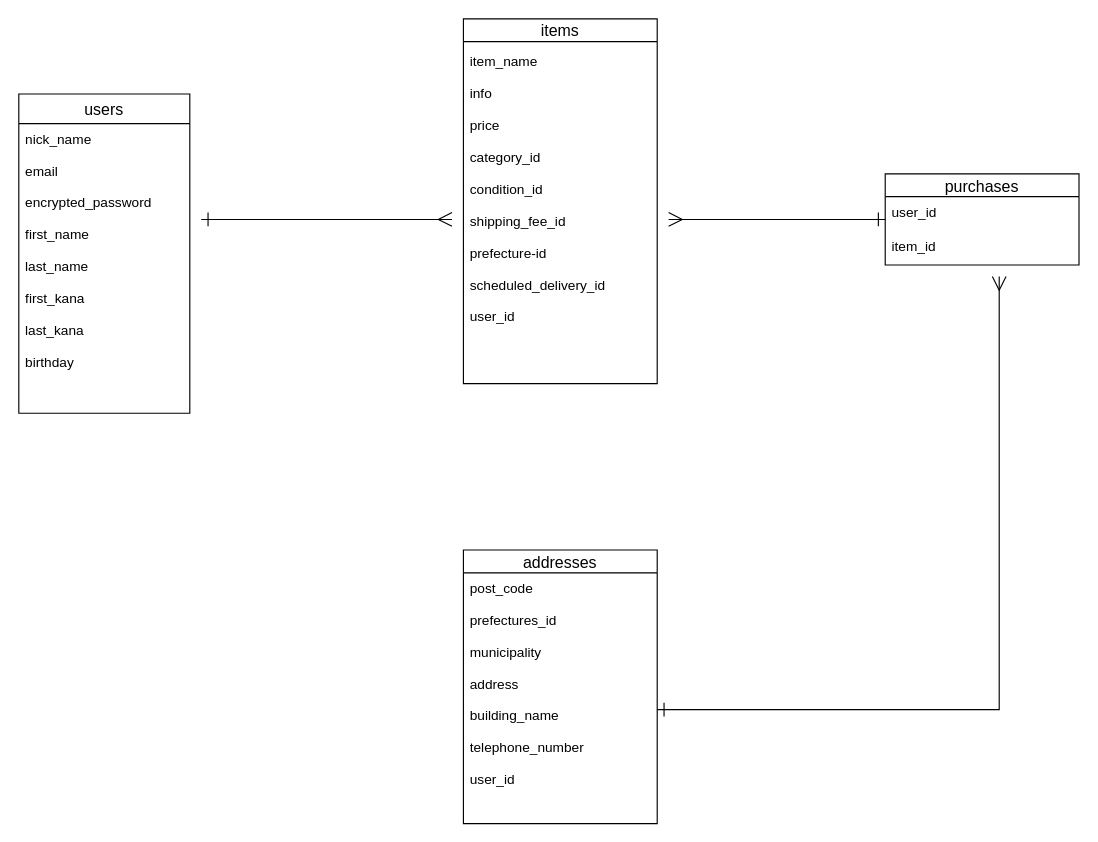
shiotanishi/furima-39526 keeps this draw.io diagram as test.dio. Above is the earlier version. Source tidied: cells renumbered, new cells numbered last; positions are measured from the earlier drawing's top-left corner, leaving out a move shared by most shapes. Both pictures are drawn from the tidied source at 114%, with x=0, y=0 at pixel (18, 18).
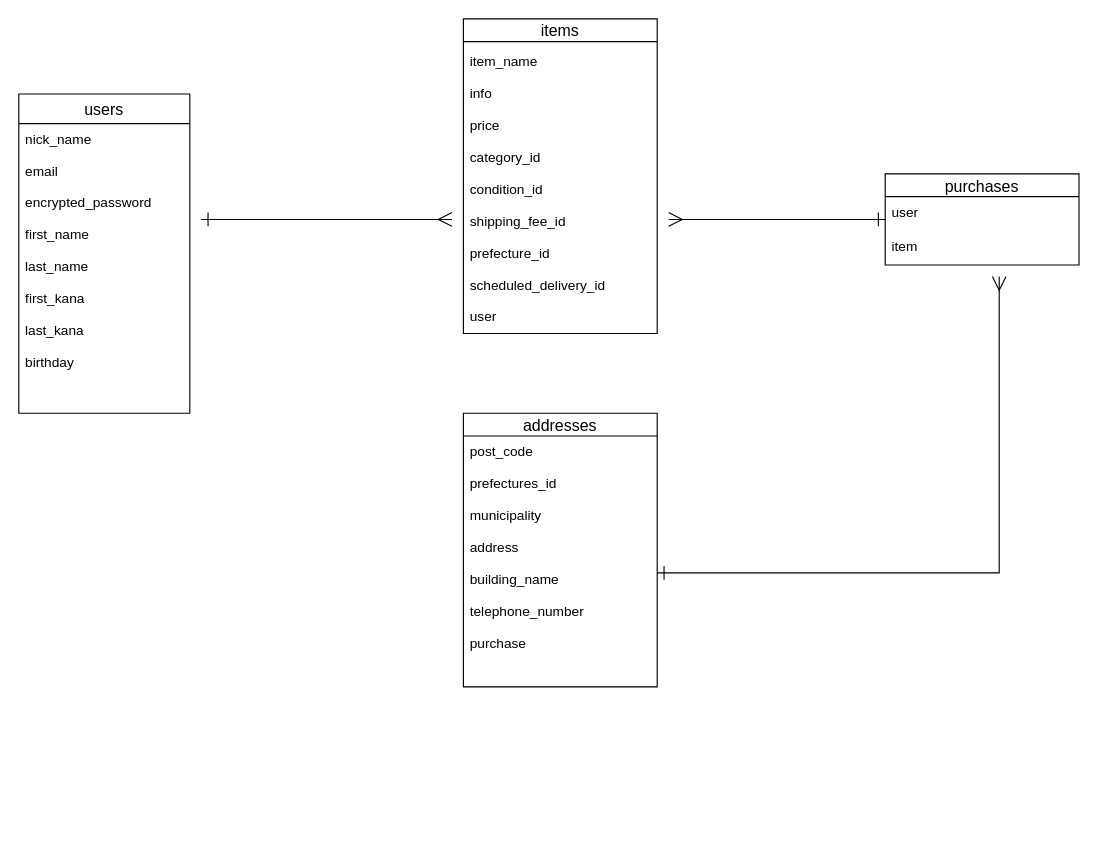
Above is the later version.

Diff of the diagram source:
```diff
@@
 <mxGraphModel>
   <root>
     <mxCell id="0" />
     <mxCell id="1" parent="0" />
     <mxCell id="2" value="users" style="swimlane;fontStyle=0;horizontal=1;startSize=26;align=center;fontSize=14;" parent="1" vertex="1">
       <mxGeometry y="66" width="150" height="280" as="geometry" />
     </mxCell>
     <mxCell id="3" value="nick_name&#10;&#10;email&#10;&#10;encrypted_password&#10;&#10;first_name&#10;&#10;last_name&#10;&#10;first_kana&#10;&#10;last_kana&#10;&#10;birthday" style="text;strokeColor=none;fillColor=none;spacingLeft=4;spacingRight=4;overflow=hidden;fontSize=12;" parent="2" vertex="1">
       <mxGeometry y="26" width="150" height="254" as="geometry" />
     </mxCell>
     <mxCell id="4" value="items" style="swimlane;fontStyle=0;horizontal=1;startSize=20;align=center;fontSize=14;" parent="1" vertex="1">
-      <mxGeometry x="390" width="170" height="320" as="geometry" />
+      <mxGeometry x="390" width="170" height="276" as="geometry" />
     </mxCell>
     <mxCell id="5" value="purchases" style="swimlane;fontStyle=0;horizontal=1;startSize=20;align=center;fontSize=14;" parent="1" vertex="1">
       <mxGeometry x="760" y="136" width="170" height="80" as="geometry" />
     </mxCell>
-    <mxCell id="6" value="user_id" style="text;strokeColor=none;fillColor=none;spacingLeft=4;spacingRight=4;overflow=hidden;fontSize=12;" parent="5" vertex="1">
+    <mxCell id="6" value="user" style="text;strokeColor=none;fillColor=none;spacingLeft=4;spacingRight=4;overflow=hidden;fontSize=12;" parent="5" vertex="1">
       <mxGeometry y="20" width="170" height="30" as="geometry" />
     </mxCell>
-    <mxCell id="7" value="item_id" style="text;strokeColor=none;fillColor=none;spacingLeft=4;spacingRight=4;overflow=hidden;fontSize=12;" parent="5" vertex="1">
+    <mxCell id="7" value="item" style="text;strokeColor=none;fillColor=none;spacingLeft=4;spacingRight=4;overflow=hidden;fontSize=12;" parent="5" vertex="1">
       <mxGeometry y="50" width="170" height="30" as="geometry" />
     </mxCell>
     <mxCell id="8" value="addresses" style="swimlane;fontStyle=0;horizontal=1;startSize=20;align=center;fontSize=14;" parent="1" vertex="1">
-      <mxGeometry x="390" y="466" width="170" height="240" as="geometry" />
+      <mxGeometry x="390" y="346" width="170" height="240" as="geometry" />
     </mxCell>
-    <mxCell id="9" value="post_code&#10;&#10;prefectures_id&#10;&#10;municipality&#10;&#10;address&#10;&#10;building_name&#10;&#10;telephone_number&#10;&#10;user_id" style="text;strokeColor=none;fillColor=none;spacingLeft=4;spacingRight=4;overflow=hidden;fontSize=12;" parent="8" vertex="1">
+    <mxCell id="9" value="post_code&#10;&#10;prefectures_id&#10;&#10;municipality&#10;&#10;address&#10;&#10;building_name&#10;&#10;telephone_number&#10;&#10;purchase" style="text;strokeColor=none;fillColor=none;spacingLeft=4;spacingRight=4;overflow=hidden;fontSize=12;" parent="8" vertex="1">
       <mxGeometry y="20" width="170" height="220" as="geometry" />
     </mxCell>
     <mxCell id="10" style="endArrow=ERmany;html=1;startArrow=ERone;startFill=0;endFill=0;targetPerimeterSpacing=10;endSize=10;sourcePerimeterSpacing=10;startSize=10;" parent="1" edge="1">
       <mxGeometry relative="1" as="geometry">
         <mxPoint x="160" y="176" as="sourcePoint" />
         <mxPoint x="380" y="176" as="targetPoint" />
       </mxGeometry>
     </mxCell>
     <mxCell id="11" style="endArrow=ERone;html=1;startArrow=ERmany;startFill=0;endFill=0;targetPerimeterSpacing=10;endSize=10;sourcePerimeterSpacing=10;startSize=10;" parent="1" edge="1">
       <mxGeometry relative="1" as="geometry">
         <mxPoint x="570" y="176" as="sourcePoint" />
         <mxPoint x="760" y="176" as="targetPoint" />
       </mxGeometry>
     </mxCell>
     <mxCell id="12" style="edgeStyle=segmentEdgeStyle;endArrow=ERmany;html=1;curved=0;rounded=0;endSize=10;startSize=10;sourcePerimeterSpacing=10;targetPerimeterSpacing=10;startArrow=ERone;startFill=0;endFill=0;" parent="1" edge="1">
       <mxGeometry relative="1" as="geometry">
-        <mxPoint x="560" y="606" as="sourcePoint" />
+        <mxPoint x="560" y="486" as="sourcePoint" />
         <mxPoint x="860" y="226" as="targetPoint" />
         <Array as="points">
-          <mxPoint x="860" y="606" />
+          <mxPoint x="860" y="486" />
         </Array>
       </mxGeometry>
     </mxCell>
-    <mxCell id="13" value="&#10;item_name&#10;&#10;info&#10;&#10;price&#10;&#10;category_id&#10;&#10;condition_id&#10;&#10;shipping_fee_id&#10;&#10;prefecture-id&#10;&#10;scheduled_delivery_id&#10;&#10;user_id" style="text;strokeColor=none;fillColor=none;spacingLeft=4;spacingRight=4;overflow=hidden;fontSize=12;" parent="1" vertex="1">
-      <mxGeometry x="390" y="10" width="170" height="326" as="geometry" />
+    <mxCell id="13" value="&#10;item_name&#10;&#10;info&#10;&#10;price&#10;&#10;category_id&#10;&#10;condition_id&#10;&#10;shipping_fee_id&#10;&#10;prefecture_id&#10;&#10;scheduled_delivery_id&#10;&#10;user" style="text;strokeColor=none;fillColor=none;spacingLeft=4;spacingRight=4;overflow=hidden;fontSize=12;" parent="1" vertex="1">
+      <mxGeometry x="390" y="10" width="170" height="276" as="geometry" />
     </mxCell>
   </root>
 </mxGraphModel>
```
